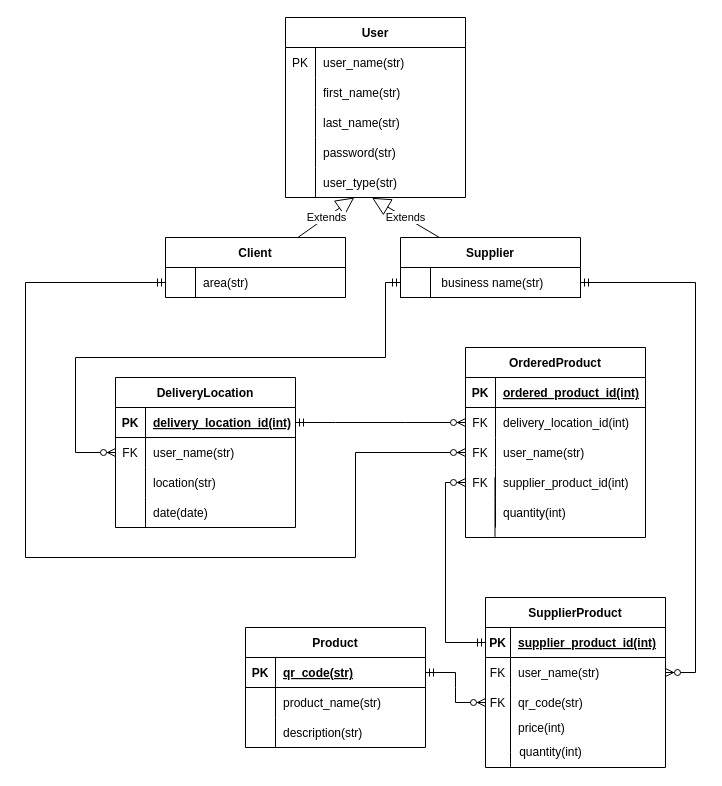
This is ERD/erd.drawio from redhat-beyond/BuyTogether, a draw.io file, before an edit. Source tidied: cells renumbered, new cells numbered last; positions are measured from the earlier drawing's top-left corner, leaving out a move shared by most shapes. Both pictures are drawn from the tidied source at 100%, with x=0, y=0 at pixel (25, 17).
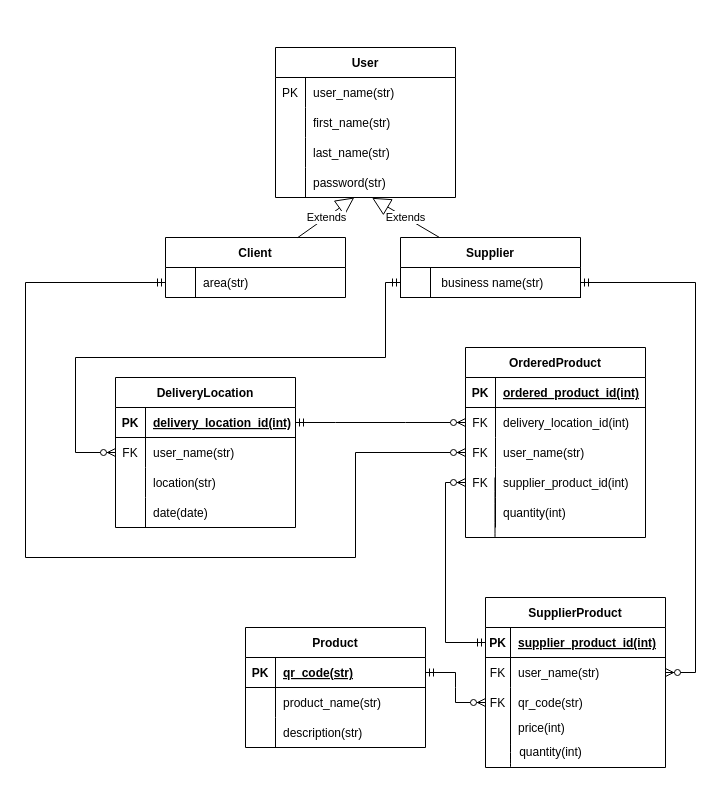
The same diagram, later.

Unchanged cells that the change refers to:
```xml
<mxCell id="12" value="Client" style="shape=table;startSize=30;childLayout=tableLayout;rowLines=0;fontStyle=1;align=center;" parent="1" vertex="1">
  <mxGeometry x="140" y="220" width="180" height="60" as="geometry" />
</mxCell>
<mxCell id="78" value="Supplier" style="shape=table;startSize=30;childLayout=tableLayout;rowLines=0;fontStyle=1;align=center;" parent="1" vertex="1">
  <mxGeometry x="375" y="220" width="180" height="60" as="geometry" />
</mxCell>
```

The edit, as a diff of the source:
```diff
@@
     <mxCell id="60" value="User" style="shape=table;startSize=30;childLayout=tableLayout;rowLines=0;fontStyle=1;align=center;" parent="1" vertex="1">
-      <mxGeometry x="260" width="180" height="180" as="geometry" />
+      <mxGeometry x="250" y="30" width="180" height="150" as="geometry" />
     </mxCell>
@@
-    <mxCell id="73" style="shape=tableRow;horizontal=0;startSize=0;swimlaneHead=0;swimlaneBody=0;fillColor=none;points=[[0,0.5],[1,0.5]];portConstraint=eastwest;top=0;left=0;right=0;bottom=0;" parent="60" vertex="1">
-      <mxGeometry y="150" width="180" height="30" as="geometry" />
-    </mxCell>
-    <mxCell id="74" style="shape=partialRectangle;fillColor=none;top=0;left=0;bottom=0;right=0;overflow=hidden;" parent="73" vertex="1">
-      <mxGeometry width="30" height="30" as="geometry" />
-    </mxCell>
-    <mxCell id="75" value="user_type(str)" style="shape=partialRectangle;fillColor=none;top=0;left=0;bottom=0;right=0;align=left;spacingLeft=6;overflow=hidden;" parent="73" vertex="1">
-      <mxGeometry x="30" width="150" height="30" as="geometry" />
-    </mxCell>
@@
-    <mxCell id="86" value="Extends" style="endArrow=block;endSize=16;endFill=0;html=1;rounded=0;" parent="1" edge="1" source="12" target="73">
-      <mxGeometry relative="1" as="geometry" />
+    <mxCell id="86" value="Extends" style="endArrow=block;endSize=16;endFill=0;html=1;rounded=0;" parent="1" edge="1" source="12">
+      <mxGeometry relative="1" as="geometry">
+        <mxPoint x="328.8" y="180" as="targetPoint" />
+      </mxGeometry>
     </mxCell>
-    <mxCell id="87" value="Extends" style="endArrow=block;endSize=16;endFill=0;html=1;rounded=0;entryX=0.481;entryY=1.011;entryDx=0;entryDy=0;entryPerimeter=0;" parent="1" edge="1" source="78" target="73">
-      <mxGeometry relative="1" as="geometry" />
+    <mxCell id="87" value="Extends" style="endArrow=block;endSize=16;endFill=0;html=1;rounded=0;entryX=0.481;entryY=1.011;entryDx=0;entryDy=0;entryPerimeter=0;" parent="1" edge="1" source="78">
+      <mxGeometry relative="1" as="geometry">
+        <mxPoint x="346.6" y="180.3" as="targetPoint" />
+      </mxGeometry>
     </mxCell>
```
